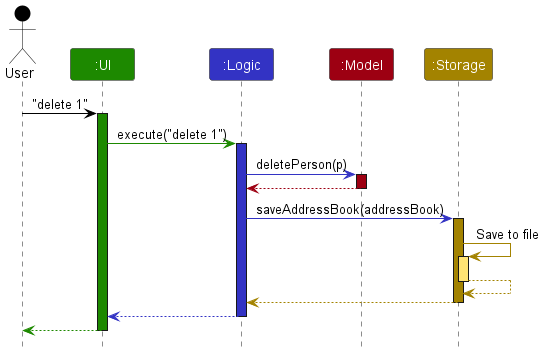
The PlantUML diagram docs/images/ArchitectureSequenceDiagram.png in nus-cs2103-AY2324S2/tp, before a commit.
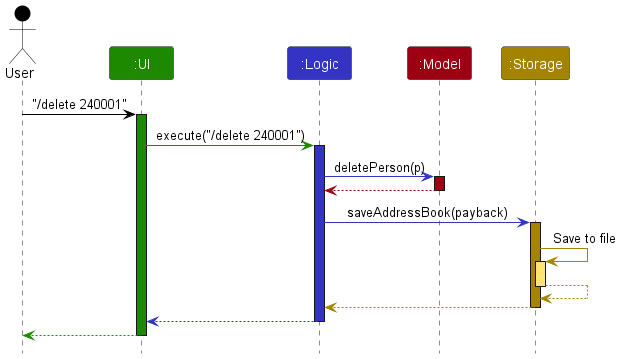
Later version of the same file.

Commit message:
Update UML in DeveloperGuide

The sequence diagram is updated.

Key changes:
* The delete command in sequence diagram has been modified

What changed in the source:
```diff
@@ -8,10 +8,10 @@
 Participant ":Model" as model MODEL_COLOR
 Participant ":Storage" as storage STORAGE_COLOR
 
-user -[USER_COLOR]> ui : "delete 1"
+user -[USER_COLOR]> ui : "/delete 240001"
 activate ui UI_COLOR
 
-ui -[UI_COLOR]> logic : execute("delete 1")
+ui -[UI_COLOR]> logic : execute("/delete 240001")
 activate logic LOGIC_COLOR
 
 logic -[LOGIC_COLOR]> model : deletePerson(p)
@@ -20,7 +20,7 @@
 model -[MODEL_COLOR]-> logic
 deactivate model
 
-logic -[LOGIC_COLOR]> storage : saveAddressBook(addressBook)
+logic -[LOGIC_COLOR]> storage : saveAddressBook(payback)
 activate storage STORAGE_COLOR
 
 storage -[STORAGE_COLOR]> storage : Save to file
```
